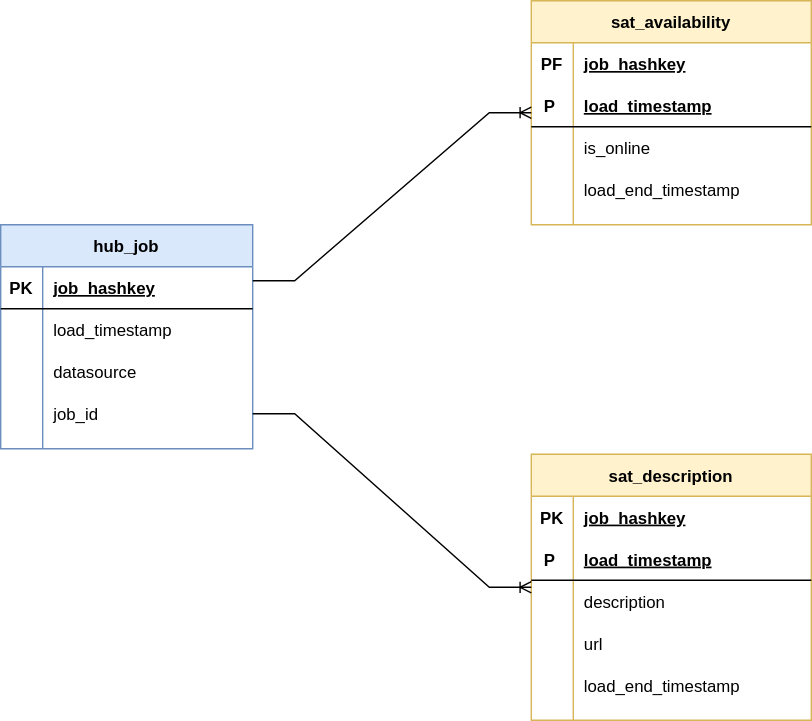
petracarrion/job-market-analytics keeps this draw.io diagram as doc/data-vault-model.drawio.svg. Above is the earlier version. Source tidied: cells renumbered, new cells last; positions are measured from the earlier drawing's top-left corner, leaving out a move shared by most shapes.
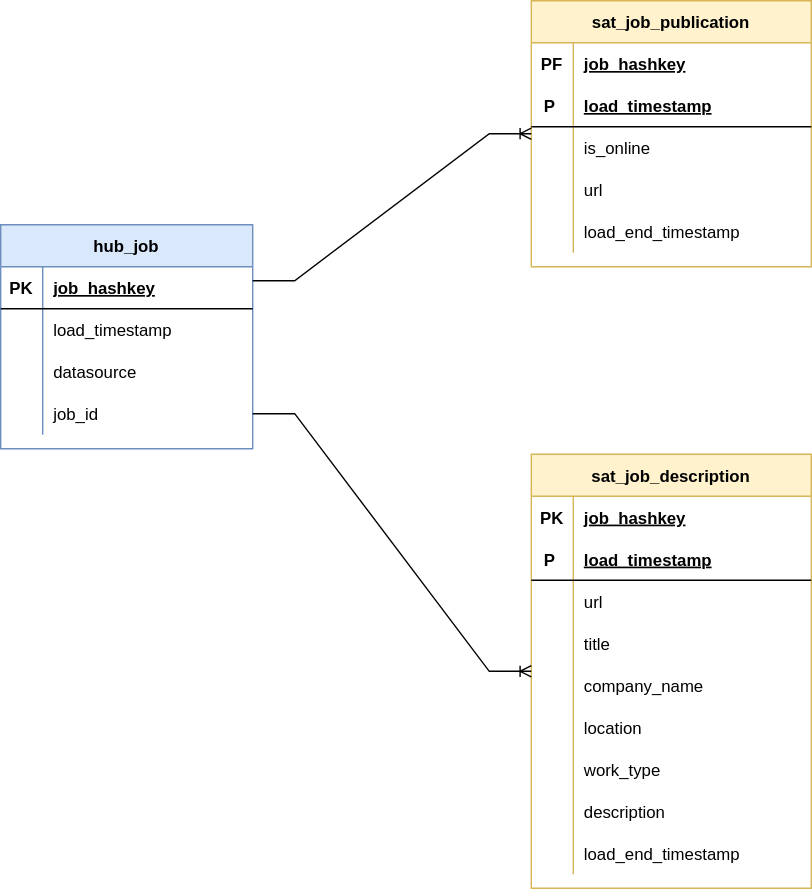
The same diagram one commit later.

Diff of the diagram source:
```diff
@@ -2,8 +2,8 @@
   <root>
     <mxCell id="0" />
     <mxCell id="1" parent="0" />
-    <mxCell id="2" value="sat_availability" style="shape=table;startSize=30;rowLines=0;fontStyle=1;align=center;fillColor=#FFF2CC;strokeColor=#d6b656;swimlaneFillColor=#ffffff;" parent="1" vertex="1">
-      <mxGeometry x="379" width="200" height="160" as="geometry" />
+    <mxCell id="2" value="sat_job_publication" style="shape=table;startSize=30;rowLines=0;fontStyle=1;align=center;fillColor=#FFF2CC;strokeColor=#d6b656;swimlaneFillColor=#ffffff;" parent="1" vertex="1">
+      <mxGeometry x="379" width="200" height="190" as="geometry" />
     </mxCell>
     <mxCell id="3" style="shape=partialRectangle;fillColor=none;top=0;left=0;bottom=1;right=0;strokeColor=none;" parent="2" vertex="1">
       <mxGeometry y="30" width="200" height="30" as="geometry" />
@@ -32,8 +32,17 @@
     <mxCell id="11" value="is_online" style="shape=partialRectangle;fillColor=none;top=0;left=0;bottom=0;right=0;align=left;spacingLeft=6;overflow=hidden;" parent="9" vertex="1">
       <mxGeometry x="30" width="170" height="30" as="geometry" />
     </mxCell>
+    <mxCell id="46" style="shape=partialRectangle;fillColor=none;top=0;left=0;bottom=0;right=0;" parent="2" vertex="1">
+      <mxGeometry y="120" width="200" height="30" as="geometry" />
+    </mxCell>
+    <mxCell id="47" style="shape=partialRectangle;fillColor=none;top=0;left=0;bottom=0;right=0;overflow=hidden;" parent="46" vertex="1">
+      <mxGeometry width="30" height="30" as="geometry" />
+    </mxCell>
+    <mxCell id="48" value="url" style="shape=partialRectangle;fillColor=none;top=0;left=0;bottom=0;right=0;align=left;spacingLeft=6;overflow=hidden;" parent="46" vertex="1">
+      <mxGeometry x="30" width="170" height="30" as="geometry" />
+    </mxCell>
     <mxCell id="12" style="shape=partialRectangle;fillColor=none;top=0;left=0;bottom=0;right=0;" parent="2" vertex="1">
-      <mxGeometry y="120" width="200" height="30" as="geometry" />
+      <mxGeometry y="150" width="200" height="30" as="geometry" />
     </mxCell>
     <mxCell id="13" style="shape=partialRectangle;fillColor=none;top=0;left=0;bottom=0;right=0;overflow=hidden;" parent="12" vertex="1">
       <mxGeometry width="30" height="30" as="geometry" />
@@ -83,8 +92,8 @@
     <mxCell id="28" style="edgeStyle=entityRelationEdgeStyle;fontSize=12;html=1;endArrow=ERoneToMany;rounded=0;exitX=1;exitY=0.25;exitDx=0;exitDy=0;" parent="1" edge="1" source="15" target="2">
       <mxGeometry relative="1" as="geometry" />
     </mxCell>
-    <mxCell id="29" value="sat_description" style="shape=table;startSize=30;rowLines=0;fontStyle=1;align=center;fillColor=#FFF2CC;strokeColor=#d6b656;swimlaneFillColor=#ffffff;" parent="1" vertex="1">
-      <mxGeometry x="379" y="324" width="200" height="190" as="geometry" />
+    <mxCell id="29" value="sat_job_description" style="shape=table;startSize=30;rowLines=0;fontStyle=1;align=center;fillColor=#FFF2CC;strokeColor=#d6b656;swimlaneFillColor=#ffffff;" parent="1" vertex="1">
+      <mxGeometry x="379" y="324" width="200" height="310" as="geometry" />
     </mxCell>
     <mxCell id="30" style="shape=partialRectangle;fillColor=none;top=0;left=0;bottom=1;right=0;strokeColor=none;" parent="29" vertex="1">
       <mxGeometry y="30" width="200" height="30" as="geometry" />
@@ -110,7 +119,7 @@
     <mxCell id="37" style="shape=partialRectangle;fillColor=none;top=0;left=0;bottom=0;right=0;overflow=hidden;" parent="36" vertex="1">
       <mxGeometry width="30" height="30" as="geometry" />
     </mxCell>
-    <mxCell id="38" value="description" style="shape=partialRectangle;fillColor=none;top=0;left=0;bottom=0;right=0;align=left;spacingLeft=6;overflow=hidden;" parent="36" vertex="1">
+    <mxCell id="38" value="url" style="shape=partialRectangle;fillColor=none;top=0;left=0;bottom=0;right=0;align=left;spacingLeft=6;overflow=hidden;" parent="36" vertex="1">
       <mxGeometry x="30" width="170" height="30" as="geometry" />
     </mxCell>
     <mxCell id="39" style="shape=partialRectangle;fillColor=none;top=0;left=0;bottom=0;right=0;" parent="29" vertex="1">
@@ -119,11 +128,47 @@
     <mxCell id="40" style="shape=partialRectangle;fillColor=none;top=0;left=0;bottom=0;right=0;overflow=hidden;" parent="39" vertex="1">
       <mxGeometry width="30" height="30" as="geometry" />
     </mxCell>
-    <mxCell id="41" value="url" style="shape=partialRectangle;fillColor=none;top=0;left=0;bottom=0;right=0;align=left;spacingLeft=6;overflow=hidden;" parent="39" vertex="1">
+    <mxCell id="41" value="title" style="shape=partialRectangle;fillColor=none;top=0;left=0;bottom=0;right=0;align=left;spacingLeft=6;overflow=hidden;" parent="39" vertex="1">
       <mxGeometry x="30" width="170" height="30" as="geometry" />
     </mxCell>
+    <mxCell id="49" style="shape=partialRectangle;fillColor=none;top=0;left=0;bottom=0;right=0;" parent="29" vertex="1">
+      <mxGeometry y="150" width="200" height="30" as="geometry" />
+    </mxCell>
+    <mxCell id="50" style="shape=partialRectangle;fillColor=none;top=0;left=0;bottom=0;right=0;overflow=hidden;" parent="49" vertex="1">
+      <mxGeometry width="30" height="30" as="geometry" />
+    </mxCell>
+    <mxCell id="51" value="company_name" style="shape=partialRectangle;fillColor=none;top=0;left=0;bottom=0;right=0;align=left;spacingLeft=6;overflow=hidden;" parent="49" vertex="1">
+      <mxGeometry x="30" width="170" height="30" as="geometry" />
+    </mxCell>
+    <mxCell id="52" style="shape=partialRectangle;fillColor=none;top=0;left=0;bottom=0;right=0;" parent="29" vertex="1">
+      <mxGeometry y="180" width="200" height="30" as="geometry" />
+    </mxCell>
+    <mxCell id="53" style="shape=partialRectangle;fillColor=none;top=0;left=0;bottom=0;right=0;overflow=hidden;" parent="52" vertex="1">
+      <mxGeometry width="30" height="30" as="geometry" />
+    </mxCell>
+    <mxCell id="54" value="location" style="shape=partialRectangle;fillColor=none;top=0;left=0;bottom=0;right=0;align=left;spacingLeft=6;overflow=hidden;" parent="52" vertex="1">
+      <mxGeometry x="30" width="170" height="30" as="geometry" />
+    </mxCell>
+    <mxCell id="55" style="shape=partialRectangle;fillColor=none;top=0;left=0;bottom=0;right=0;" parent="29" vertex="1">
+      <mxGeometry y="210" width="200" height="30" as="geometry" />
+    </mxCell>
+    <mxCell id="56" style="shape=partialRectangle;fillColor=none;top=0;left=0;bottom=0;right=0;overflow=hidden;" parent="55" vertex="1">
+      <mxGeometry width="30" height="30" as="geometry" />
+    </mxCell>
+    <mxCell id="57" value="work_type" style="shape=partialRectangle;fillColor=none;top=0;left=0;bottom=0;right=0;align=left;spacingLeft=6;overflow=hidden;" parent="55" vertex="1">
+      <mxGeometry x="30" width="170" height="30" as="geometry" />
+    </mxCell>
+    <mxCell id="58" style="shape=partialRectangle;fillColor=none;top=0;left=0;bottom=0;right=0;" parent="29" vertex="1">
+      <mxGeometry y="240" width="200" height="30" as="geometry" />
+    </mxCell>
+    <mxCell id="59" style="shape=partialRectangle;fillColor=none;top=0;left=0;bottom=0;right=0;overflow=hidden;" parent="58" vertex="1">
+      <mxGeometry width="30" height="30" as="geometry" />
+    </mxCell>
+    <mxCell id="60" value="description" style="shape=partialRectangle;fillColor=none;top=0;left=0;bottom=0;right=0;align=left;spacingLeft=6;overflow=hidden;" parent="58" vertex="1">
+      <mxGeometry x="30" width="170" height="30" as="geometry" />
+    </mxCell>
     <mxCell id="42" style="shape=partialRectangle;fillColor=none;top=0;left=0;bottom=0;right=0;" parent="29" vertex="1">
-      <mxGeometry y="150" width="200" height="30" as="geometry" />
+      <mxGeometry y="270" width="200" height="30" as="geometry" />
     </mxCell>
     <mxCell id="43" style="shape=partialRectangle;fillColor=none;top=0;left=0;bottom=0;right=0;overflow=hidden;" parent="42" vertex="1">
       <mxGeometry width="30" height="30" as="geometry" />
```
